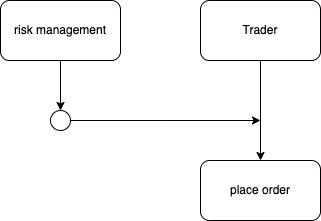
Earlier version of the draw.io export algo.drawio.png (Intina47/sys-D). Source tidied: cells renumbered, new cells last; positions are measured from the earlier drawing's top-left corner, leaving out a move shared by most shapes. Source of this version:
```xml
<mxGraphModel>
  <root>
    <mxCell id="0" />
    <mxCell id="1" parent="0" />
    <mxCell id="2" style="edgeStyle=orthogonalEdgeStyle;rounded=0;jettySize=auto;html=1;" parent="1" edge="1" source="3" target="8">
      <mxGeometry relative="1" as="geometry" />
    </mxCell>
    <mxCell id="3" value="risk management" style="rounded=1;whiteSpace=wrap;html=1;" parent="1" vertex="1">
      <mxGeometry width="120" height="60" as="geometry" />
    </mxCell>
    <mxCell id="4" style="edgeStyle=orthogonalEdgeStyle;rounded=0;jettySize=auto;html=1;" parent="1" edge="1" source="5" target="6">
      <mxGeometry relative="1" as="geometry" />
    </mxCell>
    <mxCell id="5" value="Trader" style="rounded=1;whiteSpace=wrap;html=1;" parent="1" vertex="1">
      <mxGeometry x="200" width="120" height="60" as="geometry" />
    </mxCell>
    <mxCell id="6" value="place order" style="rounded=1;whiteSpace=wrap;html=1;" parent="1" vertex="1">
      <mxGeometry x="200" y="160" width="120" height="60" as="geometry" />
    </mxCell>
    <mxCell id="7" style="edgeStyle=orthogonalEdgeStyle;rounded=0;jettySize=auto;html=1;" parent="1" edge="1" source="8">
      <mxGeometry relative="1" as="geometry">
        <mxPoint x="260" y="120" as="targetPoint" />
      </mxGeometry>
    </mxCell>
    <mxCell id="8" style="ellipse;whiteSpace=wrap;html=1;rounded=1;" parent="1" vertex="1">
      <mxGeometry x="50" y="110" width="20" height="20" as="geometry" />
    </mxCell>
  </root>
</mxGraphModel>
```
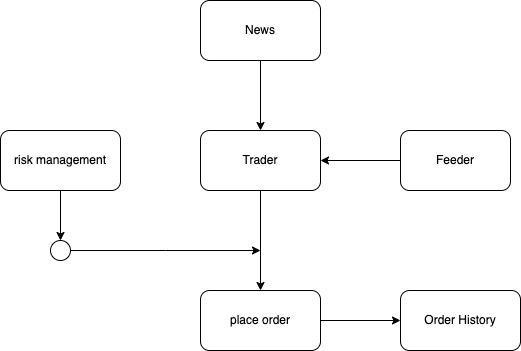
The same file after the commit.

What changed in the source:
```diff
@@ -14,6 +14,9 @@
     <mxCell id="5" value="Trader" style="rounded=1;whiteSpace=wrap;html=1;" parent="1" vertex="1">
       <mxGeometry x="200" width="120" height="60" as="geometry" />
     </mxCell>
+    <mxCell id="9" style="edgeStyle=orthogonalEdgeStyle;rounded=0;jettySize=auto;html=1;" parent="1" edge="1" source="6" target="14">
+      <mxGeometry relative="1" as="geometry" />
+    </mxCell>
     <mxCell id="6" value="place order" style="rounded=1;whiteSpace=wrap;html=1;" parent="1" vertex="1">
       <mxGeometry x="200" y="160" width="120" height="60" as="geometry" />
     </mxCell>
@@ -25,5 +28,20 @@
     <mxCell id="8" style="ellipse;whiteSpace=wrap;html=1;rounded=1;" parent="1" vertex="1">
       <mxGeometry x="50" y="110" width="20" height="20" as="geometry" />
     </mxCell>
+    <mxCell id="10" style="edgeStyle=orthogonalEdgeStyle;rounded=0;jettySize=auto;html=1;entryX=1;entryY=0.5;entryDx=0;entryDy=0;" parent="1" edge="1" source="11" target="5">
+      <mxGeometry relative="1" as="geometry" />
+    </mxCell>
+    <mxCell id="11" value="Feeder" style="rounded=1;whiteSpace=wrap;html=1;" parent="1" vertex="1">
+      <mxGeometry x="400" width="110" height="60" as="geometry" />
+    </mxCell>
+    <mxCell id="12" style="edgeStyle=orthogonalEdgeStyle;rounded=0;jettySize=auto;html=1;entryX=0.5;entryY=0;entryDx=0;entryDy=0;" parent="1" edge="1" source="13" target="5">
+      <mxGeometry relative="1" as="geometry" />
+    </mxCell>
+    <mxCell id="13" value="News" style="rounded=1;whiteSpace=wrap;html=1;" parent="1" vertex="1">
+      <mxGeometry x="200" y="-130" width="120" height="60" as="geometry" />
+    </mxCell>
+    <mxCell id="14" value="Order History" style="whiteSpace=wrap;html=1;rounded=1;" parent="1" vertex="1">
+      <mxGeometry x="400" y="160" width="120" height="60" as="geometry" />
+    </mxCell>
   </root>
 </mxGraphModel>
```
